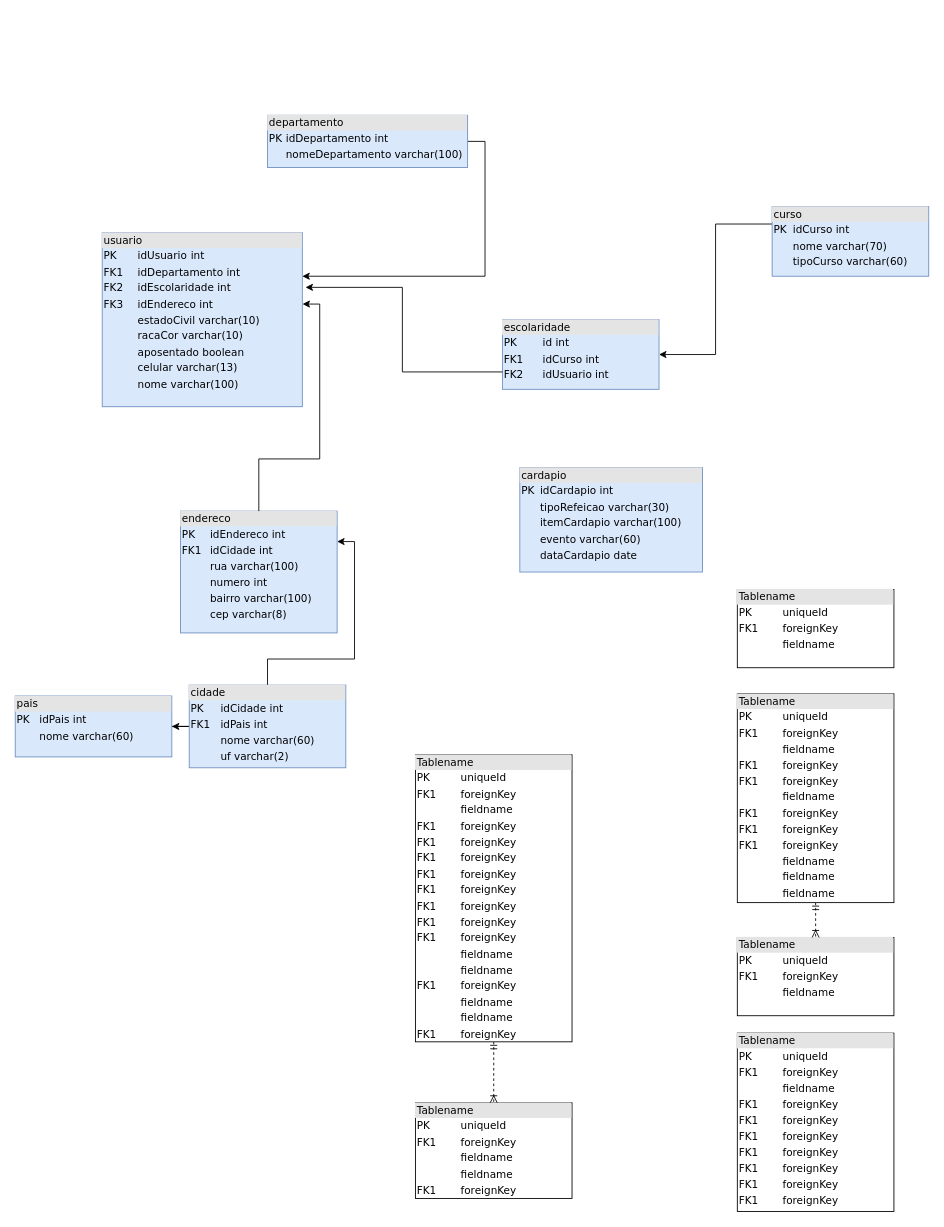
The draw.io diagram Diagrama sem nome.drawio in dominguesVini/HubGest, before the edit. Source tidied: cells renumbered, new cells numbered last; positions are measured from the earlier drawing's top-left corner, leaving out a move shared by most shapes. Both pictures are drawn from the tidied source at 87%, with x=0, y=0 at pixel (15, 115).
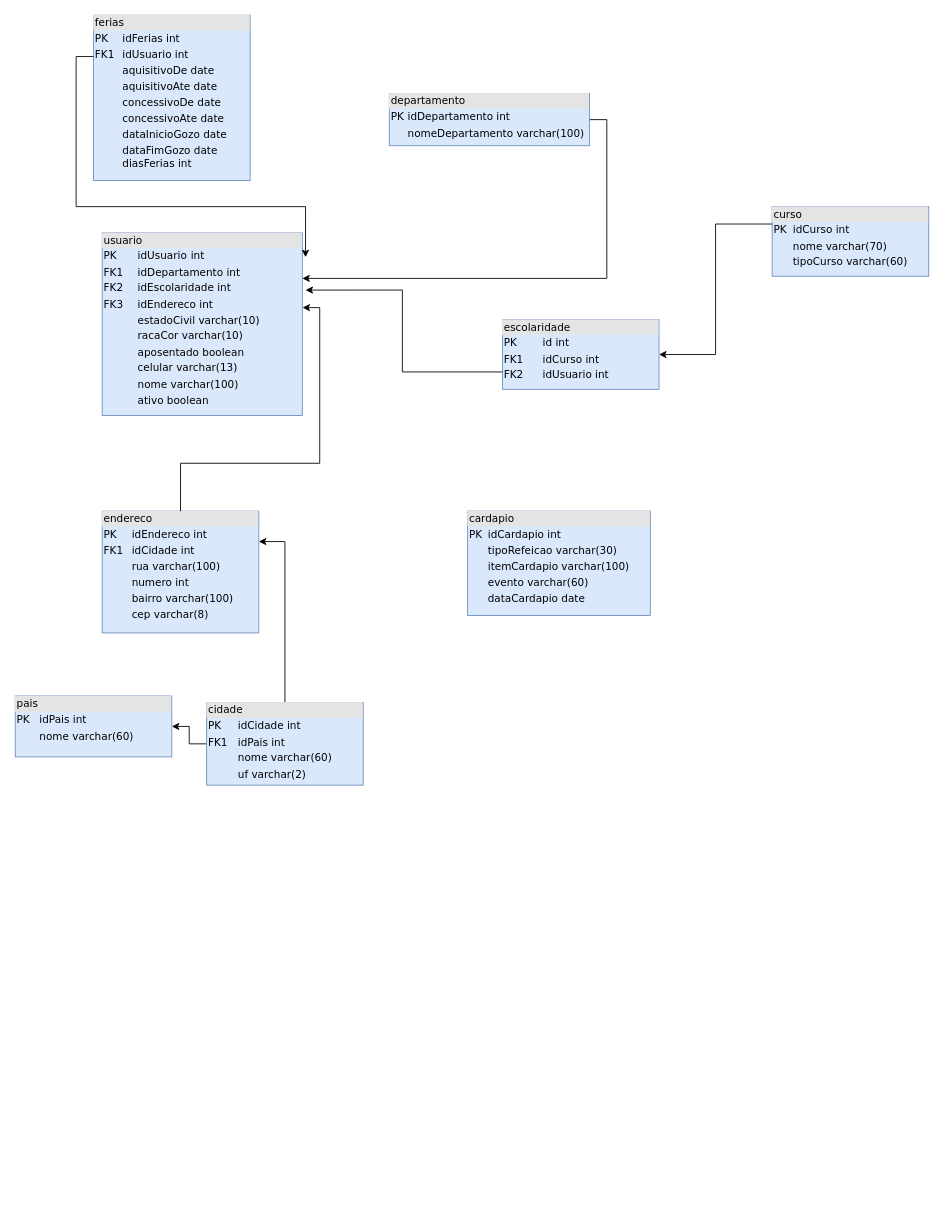
After the change.

Diff of the diagram source:
```diff
@@
-    <mxCell id="2" value="&lt;div style=&quot;box-sizing:border-box;width:100%;background:#e4e4e4;padding:2px;&quot;&gt;usuario&lt;/div&gt;&lt;table style=&quot;width:100%;font-size:1em;&quot; cellpadding=&quot;2&quot; cellspacing=&quot;0&quot;&gt;&lt;tbody&gt;&lt;tr&gt;&lt;td&gt;PK&lt;/td&gt;&lt;td&gt;&lt;br&gt;&lt;/td&gt;&lt;td&gt;idUsuario&lt;span style=&quot;white-space: pre;&quot;&gt;&#9;&lt;/span&gt;int&lt;/td&gt;&lt;td&gt;&lt;br&gt;&lt;/td&gt;&lt;/tr&gt;&lt;tr&gt;&lt;td&gt;FK1&lt;/td&gt;&lt;td&gt;&lt;br&gt;&lt;/td&gt;&lt;td&gt;idDepartamento int&lt;/td&gt;&lt;td&gt;&lt;br&gt;&lt;/td&gt;&lt;/tr&gt;&lt;tr&gt;&lt;td&gt;FK2&lt;/td&gt;&lt;td&gt;&lt;br&gt;&lt;/td&gt;&lt;td&gt;idEscolaridade int&lt;/td&gt;&lt;td&gt;&lt;br&gt;&lt;/td&gt;&lt;/tr&gt;&lt;tr&gt;&lt;td&gt;FK3&lt;/td&gt;&lt;td&gt;&lt;br&gt;&lt;/td&gt;&lt;td&gt;idEndereco int&lt;/td&gt;&lt;td&gt;&lt;br&gt;&lt;/td&gt;&lt;/tr&gt;&lt;tr&gt;&lt;td&gt;&amp;nbsp;&amp;nbsp;&lt;/td&gt;&lt;td&gt;&lt;br&gt;&lt;/td&gt;&lt;td&gt;estadoCivil varchar(10)&lt;/td&gt;&lt;td&gt;&lt;br&gt;&lt;/td&gt;&lt;/tr&gt;&lt;tr&gt;&lt;td&gt;&lt;br&gt;&lt;/td&gt;&lt;td&gt;&lt;br&gt;&lt;/td&gt;&lt;td&gt;racaCor varchar(10)&lt;/td&gt;&lt;td&gt;&lt;br&gt;&lt;/td&gt;&lt;/tr&gt;&lt;tr&gt;&lt;td&gt;&lt;br&gt;&lt;/td&gt;&lt;td&gt;&lt;br&gt;&lt;/td&gt;&lt;td&gt;aposentado boolean&lt;/td&gt;&lt;td&gt;&lt;br&gt;&lt;/td&gt;&lt;/tr&gt;&lt;tr&gt;&lt;td&gt;&lt;br&gt;&lt;/td&gt;&lt;td&gt;&lt;br&gt;&lt;/td&gt;&lt;td&gt;celular varchar(13)&lt;/td&gt;&lt;td&gt;&lt;br&gt;&lt;/td&gt;&lt;/tr&gt;&lt;tr&gt;&lt;td&gt;&lt;br&gt;&lt;/td&gt;&lt;td&gt;&lt;br&gt;&lt;/td&gt;&lt;td&gt;nome varchar(100)&lt;/td&gt;&lt;td&gt;&lt;br&gt;&lt;/td&gt;&lt;/tr&gt;&lt;/tbody&gt;&lt;/table&gt;" style="verticalAlign=top;align=left;overflow=fill;html=1;rounded=0;shadow=0;comic=0;labelBackgroundColor=none;strokeWidth=1;fontFamily=Verdana;fontSize=12;fillColor=#dae8fc;strokeColor=#6c8ebf;" parent="1" vertex="1">
-      <mxGeometry x="100" y="135" width="230" height="200" as="geometry" />
+    <mxCell id="2" value="&lt;div style=&quot;box-sizing:border-box;width:100%;background:#e4e4e4;padding:2px;&quot;&gt;usuario&lt;/div&gt;&lt;table style=&quot;width:100%;font-size:1em;&quot; cellpadding=&quot;2&quot; cellspacing=&quot;0&quot;&gt;&lt;tbody&gt;&lt;tr&gt;&lt;td&gt;PK&lt;/td&gt;&lt;td&gt;&lt;br&gt;&lt;/td&gt;&lt;td&gt;idUsuario&lt;span style=&quot;white-space: pre;&quot;&gt;&#9;&lt;/span&gt;int&lt;/td&gt;&lt;td&gt;&lt;br&gt;&lt;/td&gt;&lt;/tr&gt;&lt;tr&gt;&lt;td&gt;FK1&lt;/td&gt;&lt;td&gt;&lt;br&gt;&lt;/td&gt;&lt;td&gt;idDepartamento int&lt;/td&gt;&lt;td&gt;&lt;br&gt;&lt;/td&gt;&lt;/tr&gt;&lt;tr&gt;&lt;td&gt;FK2&lt;/td&gt;&lt;td&gt;&lt;br&gt;&lt;/td&gt;&lt;td&gt;idEscolaridade int&lt;/td&gt;&lt;td&gt;&lt;br&gt;&lt;/td&gt;&lt;/tr&gt;&lt;tr&gt;&lt;td&gt;FK3&lt;/td&gt;&lt;td&gt;&lt;br&gt;&lt;/td&gt;&lt;td&gt;idEndereco int&lt;/td&gt;&lt;td&gt;&lt;br&gt;&lt;/td&gt;&lt;/tr&gt;&lt;tr&gt;&lt;td&gt;&amp;nbsp;&amp;nbsp;&lt;/td&gt;&lt;td&gt;&lt;br&gt;&lt;/td&gt;&lt;td&gt;estadoCivil varchar(10)&lt;/td&gt;&lt;td&gt;&lt;br&gt;&lt;/td&gt;&lt;/tr&gt;&lt;tr&gt;&lt;td&gt;&lt;br&gt;&lt;/td&gt;&lt;td&gt;&lt;br&gt;&lt;/td&gt;&lt;td&gt;racaCor varchar(10)&lt;/td&gt;&lt;td&gt;&lt;br&gt;&lt;/td&gt;&lt;/tr&gt;&lt;tr&gt;&lt;td&gt;&lt;br&gt;&lt;/td&gt;&lt;td&gt;&lt;br&gt;&lt;/td&gt;&lt;td&gt;aposentado boolean&lt;/td&gt;&lt;td&gt;&lt;br&gt;&lt;/td&gt;&lt;/tr&gt;&lt;tr&gt;&lt;td&gt;&lt;br&gt;&lt;/td&gt;&lt;td&gt;&lt;br&gt;&lt;/td&gt;&lt;td&gt;celular varchar(13)&lt;/td&gt;&lt;td&gt;&lt;br&gt;&lt;/td&gt;&lt;/tr&gt;&lt;tr&gt;&lt;td&gt;&lt;br&gt;&lt;/td&gt;&lt;td&gt;&lt;br&gt;&lt;/td&gt;&lt;td&gt;nome varchar(100)&lt;/td&gt;&lt;td&gt;&lt;br&gt;&lt;/td&gt;&lt;/tr&gt;&lt;tr&gt;&lt;td&gt;&lt;br&gt;&lt;/td&gt;&lt;td&gt;&lt;br&gt;&lt;/td&gt;&lt;td&gt;ativo boolean&lt;/td&gt;&lt;td&gt;&lt;br&gt;&lt;/td&gt;&lt;/tr&gt;&lt;/tbody&gt;&lt;/table&gt;" style="verticalAlign=top;align=left;overflow=fill;html=1;rounded=0;shadow=0;comic=0;labelBackgroundColor=none;strokeWidth=1;fontFamily=Verdana;fontSize=12;fillColor=#dae8fc;strokeColor=#6c8ebf;" parent="1" vertex="1">
+      <mxGeometry x="100" y="135" width="230" height="210" as="geometry" />
     </mxCell>
@@
     <mxCell id="4" value="&lt;div style=&quot;box-sizing: border-box ; width: 100% ; background: #e4e4e4 ; padding: 2px&quot;&gt;endereco&lt;/div&gt;&lt;table style=&quot;width: 100% ; font-size: 1em&quot; cellpadding=&quot;2&quot; cellspacing=&quot;0&quot;&gt;&lt;tbody&gt;&lt;tr&gt;&lt;td&gt;PK&lt;/td&gt;&lt;td&gt;idEndereco int&lt;/td&gt;&lt;/tr&gt;&lt;tr&gt;&lt;td&gt;FK1&lt;/td&gt;&lt;td&gt;idCidade int&lt;/td&gt;&lt;/tr&gt;&lt;tr&gt;&lt;td&gt;&lt;br&gt;&lt;/td&gt;&lt;td&gt;rua varchar(100)&lt;/td&gt;&lt;/tr&gt;&lt;tr&gt;&lt;td&gt;&lt;/td&gt;&lt;td&gt;numero int&lt;/td&gt;&lt;/tr&gt;&lt;tr&gt;&lt;td&gt;&lt;br&gt;&lt;/td&gt;&lt;td&gt;bairro varchar(100)&lt;br&gt;&lt;/td&gt;&lt;/tr&gt;&lt;tr&gt;&lt;td&gt;&lt;br&gt;&lt;/td&gt;&lt;td&gt;cep varchar(8)&lt;/td&gt;&lt;/tr&gt;&lt;tr&gt;&lt;td&gt;&lt;br&gt;&lt;/td&gt;&lt;td&gt;&lt;br&gt;&lt;/td&gt;&lt;/tr&gt;&lt;/tbody&gt;&lt;/table&gt;" style="verticalAlign=top;align=left;overflow=fill;html=1;rounded=0;shadow=0;comic=0;labelBackgroundColor=none;strokeWidth=1;fontFamily=Verdana;fontSize=12;fillColor=#dae8fc;strokeColor=#6c8ebf;" parent="1" vertex="1">
-      <mxGeometry x="190" y="455" width="180" height="140" as="geometry" />
+      <mxGeometry x="100" y="455" width="180" height="140" as="geometry" />
     </mxCell>
@@
     <mxCell id="6" value="&lt;div style=&quot;box-sizing: border-box ; width: 100% ; background: #e4e4e4 ; padding: 2px&quot;&gt;departamento&lt;/div&gt;&lt;table style=&quot;width: 100% ; font-size: 1em&quot; cellpadding=&quot;2&quot; cellspacing=&quot;0&quot;&gt;&lt;tbody&gt;&lt;tr&gt;&lt;td&gt;PK&lt;/td&gt;&lt;td&gt;idDepartamento int&lt;/td&gt;&lt;/tr&gt;&lt;tr&gt;&lt;td&gt;&lt;br&gt;&lt;/td&gt;&lt;td&gt;nomeDepartamento varchar(100)&lt;br&gt;&lt;/td&gt;&lt;/tr&gt;&lt;/tbody&gt;&lt;/table&gt;" style="verticalAlign=top;align=left;overflow=fill;html=1;rounded=0;shadow=0;comic=0;labelBackgroundColor=none;strokeWidth=1;fontFamily=Verdana;fontSize=12;fillColor=#dae8fc;strokeColor=#6c8ebf;" parent="1" vertex="1">
-      <mxGeometry x="290" width="230" height="60" as="geometry" />
+      <mxGeometry x="430" y="-25" width="230" height="60" as="geometry" />
     </mxCell>
-    <mxCell id="7" value="&lt;div style=&quot;box-sizing: border-box ; width: 100% ; background: #e4e4e4 ; padding: 2px&quot;&gt;Tablename&lt;/div&gt;&lt;table style=&quot;width: 100% ; font-size: 1em&quot; cellpadding=&quot;2&quot; cellspacing=&quot;0&quot;&gt;&lt;tbody&gt;&lt;tr&gt;&lt;td&gt;PK&lt;/td&gt;&lt;td&gt;uniqueId&lt;/td&gt;&lt;/tr&gt;&lt;tr&gt;&lt;td&gt;FK1&lt;/td&gt;&lt;td&gt;foreignKey&lt;/td&gt;&lt;/tr&gt;&lt;tr&gt;&lt;td&gt;&lt;/td&gt;&lt;td&gt;fieldname&lt;/td&gt;&lt;/tr&gt;&lt;tr&gt;&lt;td&gt;FK1&lt;br&gt;&lt;/td&gt;&lt;td&gt;foreignKey&lt;br&gt;&lt;/td&gt;&lt;/tr&gt;&lt;tr&gt;&lt;td&gt;FK1&lt;br&gt;&lt;/td&gt;&lt;td&gt;foreignKey&lt;br&gt;&lt;/td&gt;&lt;/tr&gt;&lt;tr&gt;&lt;td&gt;FK1&lt;br&gt;&lt;/td&gt;&lt;td&gt;foreignKey&lt;br&gt;&lt;/td&gt;&lt;/tr&gt;&lt;tr&gt;&lt;td&gt;FK1&lt;br&gt;&lt;/td&gt;&lt;td&gt;foreignKey&lt;br&gt;&lt;/td&gt;&lt;/tr&gt;&lt;tr&gt;&lt;td&gt;FK1&lt;br&gt;&lt;/td&gt;&lt;td&gt;foreignKey&lt;br&gt;&lt;/td&gt;&lt;/tr&gt;&lt;tr&gt;&lt;td&gt;FK1&lt;br&gt;&lt;/td&gt;&lt;td&gt;foreignKey&lt;br&gt;&lt;/td&gt;&lt;/tr&gt;&lt;tr&gt;&lt;td&gt;FK1&lt;br&gt;&lt;/td&gt;&lt;td&gt;foreignKey&lt;br&gt;&lt;/td&gt;&lt;/tr&gt;&lt;/tbody&gt;&lt;/table&gt;" style="verticalAlign=top;align=left;overflow=fill;html=1;rounded=0;shadow=0;comic=0;labelBackgroundColor=none;strokeWidth=1;fontFamily=Verdana;fontSize=12;" parent="1" vertex="1">
-      <mxGeometry x="830" y="1055" width="180" height="205" as="geometry" />
-    </mxCell>
-    <mxCell id="8" value="&lt;div style=&quot;box-sizing: border-box ; width: 100% ; background: #e4e4e4 ; padding: 2px&quot;&gt;Tablename&lt;/div&gt;&lt;table style=&quot;width: 100% ; font-size: 1em&quot; cellpadding=&quot;2&quot; cellspacing=&quot;0&quot;&gt;&lt;tbody&gt;&lt;tr&gt;&lt;td&gt;PK&lt;/td&gt;&lt;td&gt;uniqueId&lt;/td&gt;&lt;/tr&gt;&lt;tr&gt;&lt;td&gt;FK1&lt;/td&gt;&lt;td&gt;foreignKey&lt;/td&gt;&lt;/tr&gt;&lt;tr&gt;&lt;td&gt;&lt;/td&gt;&lt;td&gt;fieldname&lt;/td&gt;&lt;/tr&gt;&lt;tr&gt;&lt;td&gt;&lt;br&gt;&lt;/td&gt;&lt;td&gt;fieldname&lt;br&gt;&lt;/td&gt;&lt;/tr&gt;&lt;tr&gt;&lt;td&gt;FK1&lt;br&gt;&lt;/td&gt;&lt;td&gt;foreignKey&lt;br&gt;&lt;/td&gt;&lt;/tr&gt;&lt;/tbody&gt;&lt;/table&gt;" style="verticalAlign=top;align=left;overflow=fill;html=1;rounded=0;shadow=0;comic=0;labelBackgroundColor=none;strokeWidth=1;fontFamily=Verdana;fontSize=12;" parent="1" vertex="1">
-      <mxGeometry x="460" y="1135" width="180" height="110" as="geometry" />
-    </mxCell>
-    <mxCell id="9" style="edgeStyle=orthogonalEdgeStyle;html=1;entryX=0.5;entryY=0;labelBackgroundColor=none;startArrow=ERmandOne;endArrow=ERoneToMany;fontFamily=Verdana;fontSize=12;align=left;dashed=1;" parent="1" edge="1" source="10" target="8">
-      <mxGeometry relative="1" as="geometry" />
-    </mxCell>
-    <mxCell id="10" value="&lt;div style=&quot;box-sizing: border-box ; width: 100% ; background: #e4e4e4 ; padding: 2px&quot;&gt;Tablename&lt;/div&gt;&lt;table style=&quot;width: 100% ; font-size: 1em&quot; cellpadding=&quot;2&quot; cellspacing=&quot;0&quot;&gt;&lt;tbody&gt;&lt;tr&gt;&lt;td&gt;PK&lt;/td&gt;&lt;td&gt;uniqueId&lt;/td&gt;&lt;/tr&gt;&lt;tr&gt;&lt;td&gt;FK1&lt;/td&gt;&lt;td&gt;foreignKey&lt;/td&gt;&lt;/tr&gt;&lt;tr&gt;&lt;td&gt;&lt;/td&gt;&lt;td&gt;fieldname&lt;/td&gt;&lt;/tr&gt;&lt;tr&gt;&lt;td&gt;FK1&lt;br&gt;&lt;/td&gt;&lt;td&gt;foreignKey&lt;br&gt;&lt;/td&gt;&lt;/tr&gt;&lt;tr&gt;&lt;td&gt;FK1&lt;br&gt;&lt;/td&gt;&lt;td&gt;foreignKey&lt;br&gt;&lt;/td&gt;&lt;/tr&gt;&lt;tr&gt;&lt;td&gt;FK1&lt;br&gt;&lt;/td&gt;&lt;td&gt;foreignKey&lt;br&gt;&lt;/td&gt;&lt;/tr&gt;&lt;tr&gt;&lt;td&gt;FK1&lt;br&gt;&lt;/td&gt;&lt;td&gt;foreignKey&lt;br&gt;&lt;/td&gt;&lt;/tr&gt;&lt;tr&gt;&lt;td&gt;FK1&lt;br&gt;&lt;/td&gt;&lt;td&gt;foreignKey&lt;br&gt;&lt;/td&gt;&lt;/tr&gt;&lt;tr&gt;&lt;td&gt;FK1&lt;br&gt;&lt;/td&gt;&lt;td&gt;foreignKey&lt;br&gt;&lt;/td&gt;&lt;/tr&gt;&lt;tr&gt;&lt;td&gt;FK1&lt;br&gt;&lt;/td&gt;&lt;td&gt;foreignKey&lt;br&gt;&lt;/td&gt;&lt;/tr&gt;&lt;tr&gt;&lt;td&gt;FK1&lt;br&gt;&lt;/td&gt;&lt;td&gt;foreignKey&lt;br&gt;&lt;/td&gt;&lt;/tr&gt;&lt;tr&gt;&lt;td&gt;&lt;br&gt;&lt;/td&gt;&lt;td&gt;fieldname&lt;br&gt;&lt;/td&gt;&lt;/tr&gt;&lt;tr&gt;&lt;td&gt;&lt;br&gt;&lt;/td&gt;&lt;td&gt;fieldname&lt;br&gt;&lt;/td&gt;&lt;/tr&gt;&lt;tr&gt;&lt;td&gt;FK1&lt;br&gt;&lt;/td&gt;&lt;td&gt;foreignKey&lt;br&gt;&lt;/td&gt;&lt;/tr&gt;&lt;tr&gt;&lt;td&gt;&lt;br&gt;&lt;/td&gt;&lt;td&gt;fieldname&lt;br&gt;&lt;/td&gt;&lt;/tr&gt;&lt;tr&gt;&lt;td&gt;&lt;br&gt;&lt;/td&gt;&lt;td&gt;fieldname&lt;br&gt;&lt;/td&gt;&lt;/tr&gt;&lt;tr&gt;&lt;td&gt;FK1&lt;br&gt;&lt;/td&gt;&lt;td&gt;foreignKey&lt;br&gt;&lt;/td&gt;&lt;/tr&gt;&lt;/tbody&gt;&lt;/table&gt;" style="verticalAlign=top;align=left;overflow=fill;html=1;rounded=0;shadow=0;comic=0;labelBackgroundColor=none;strokeWidth=1;fontFamily=Verdana;fontSize=12;" parent="1" vertex="1">
-      <mxGeometry x="460" y="735" width="180" height="330" as="geometry" />
+    <mxCell id="10" value="&lt;div style=&quot;box-sizing: border-box ; width: 100% ; background: #e4e4e4 ; padding: 2px&quot;&gt;ferias&lt;/div&gt;&lt;table style=&quot;width: 100% ; font-size: 1em&quot; cellpadding=&quot;2&quot; cellspacing=&quot;0&quot;&gt;&lt;tbody&gt;&lt;tr&gt;&lt;td&gt;PK&lt;/td&gt;&lt;td&gt;idFerias int&lt;/td&gt;&lt;/tr&gt;&lt;tr&gt;&lt;td&gt;FK1&lt;/td&gt;&lt;td&gt;idUsuario int&lt;/td&gt;&lt;/tr&gt;&lt;tr&gt;&lt;td&gt;&lt;/td&gt;&lt;td&gt;aquisitivoDe date&lt;/td&gt;&lt;/tr&gt;&lt;tr&gt;&lt;td&gt;&lt;br&gt;&lt;/td&gt;&lt;td&gt;aquisitivoAte date&lt;br&gt;&lt;/td&gt;&lt;/tr&gt;&lt;tr&gt;&lt;td&gt;&lt;br&gt;&lt;/td&gt;&lt;td&gt;concessivoDe date&lt;br&gt;&lt;/td&gt;&lt;/tr&gt;&lt;tr&gt;&lt;td&gt;&lt;br&gt;&lt;/td&gt;&lt;td&gt;concessivoAte date&lt;/td&gt;&lt;/tr&gt;&lt;tr&gt;&lt;td&gt;&lt;br&gt;&lt;/td&gt;&lt;td&gt;dataInicioGozo date&lt;/td&gt;&lt;/tr&gt;&lt;tr&gt;&lt;td&gt;&lt;br&gt;&lt;/td&gt;&lt;td&gt;dataFimGozo date&lt;br&gt;diasFerias int&lt;/td&gt;&lt;/tr&gt;&lt;/tbody&gt;&lt;/table&gt;" style="verticalAlign=top;align=left;overflow=fill;html=1;rounded=0;shadow=0;comic=0;labelBackgroundColor=none;strokeWidth=1;fontFamily=Verdana;fontSize=12;fillColor=#dae8fc;strokeColor=#6c8ebf;" parent="1" vertex="1">
+      <mxGeometry x="90" y="-115" width="180" height="190" as="geometry" />
     </mxCell>
-    <mxCell id="11" value="&lt;div style=&quot;box-sizing:border-box;width:100%;background:#e4e4e4;padding:2px;&quot;&gt;Tablename&lt;/div&gt;&lt;table style=&quot;width:100%;font-size:1em;&quot; cellpadding=&quot;2&quot; cellspacing=&quot;0&quot;&gt;&lt;tr&gt;&lt;td&gt;PK&lt;/td&gt;&lt;td&gt;uniqueId&lt;/td&gt;&lt;/tr&gt;&lt;tr&gt;&lt;td&gt;FK1&lt;/td&gt;&lt;td&gt;foreignKey&lt;/td&gt;&lt;/tr&gt;&lt;tr&gt;&lt;td&gt;&lt;/td&gt;&lt;td&gt;fieldname&lt;/td&gt;&lt;/tr&gt;&lt;/table&gt;" style="verticalAlign=top;align=left;overflow=fill;html=1;rounded=0;shadow=0;comic=0;labelBackgroundColor=none;strokeWidth=1;fontFamily=Verdana;fontSize=12;" parent="1" vertex="1">
-      <mxGeometry x="830" y="945" width="180" height="90" as="geometry" />
-    </mxCell>
-    <mxCell id="12" style="edgeStyle=orthogonalEdgeStyle;html=1;entryX=0.5;entryY=0;dashed=1;labelBackgroundColor=none;startArrow=ERmandOne;endArrow=ERoneToMany;fontFamily=Verdana;fontSize=12;align=left;" parent="1" edge="1" source="13" target="11">
-      <mxGeometry relative="1" as="geometry" />
-    </mxCell>
-    <mxCell id="13" value="&lt;div style=&quot;box-sizing: border-box ; width: 100% ; background: #e4e4e4 ; padding: 2px&quot;&gt;Tablename&lt;/div&gt;&lt;table style=&quot;width: 100% ; font-size: 1em&quot; cellpadding=&quot;2&quot; cellspacing=&quot;0&quot;&gt;&lt;tbody&gt;&lt;tr&gt;&lt;td&gt;PK&lt;/td&gt;&lt;td&gt;uniqueId&lt;/td&gt;&lt;/tr&gt;&lt;tr&gt;&lt;td&gt;FK1&lt;/td&gt;&lt;td&gt;foreignKey&lt;/td&gt;&lt;/tr&gt;&lt;tr&gt;&lt;td&gt;&lt;/td&gt;&lt;td&gt;fieldname&lt;/td&gt;&lt;/tr&gt;&lt;tr&gt;&lt;td&gt;FK1&lt;br&gt;&lt;/td&gt;&lt;td&gt;foreignKey&lt;br&gt;&lt;/td&gt;&lt;/tr&gt;&lt;tr&gt;&lt;td&gt;FK1&lt;br&gt;&lt;/td&gt;&lt;td&gt;foreignKey&lt;br&gt;&lt;/td&gt;&lt;/tr&gt;&lt;tr&gt;&lt;td&gt;&lt;br&gt;&lt;/td&gt;&lt;td&gt;fieldname&lt;br&gt;&lt;/td&gt;&lt;/tr&gt;&lt;tr&gt;&lt;td&gt;FK1&lt;br&gt;&lt;/td&gt;&lt;td&gt;foreignKey&lt;br&gt;&lt;/td&gt;&lt;/tr&gt;&lt;tr&gt;&lt;td&gt;FK1&lt;br&gt;&lt;/td&gt;&lt;td&gt;foreignKey&lt;br&gt;&lt;/td&gt;&lt;/tr&gt;&lt;tr&gt;&lt;td&gt;FK1&lt;br&gt;&lt;/td&gt;&lt;td&gt;foreignKey&lt;br&gt;&lt;/td&gt;&lt;/tr&gt;&lt;tr&gt;&lt;td&gt;&lt;br&gt;&lt;/td&gt;&lt;td&gt;fieldname&lt;br&gt;&lt;/td&gt;&lt;/tr&gt;&lt;tr&gt;&lt;td&gt;&lt;br&gt;&lt;/td&gt;&lt;td&gt;fieldname&lt;br&gt;&lt;/td&gt;&lt;/tr&gt;&lt;tr&gt;&lt;td&gt;&lt;br&gt;&lt;/td&gt;&lt;td&gt;fieldname&lt;br&gt;&lt;/td&gt;&lt;/tr&gt;&lt;/tbody&gt;&lt;/table&gt;" style="verticalAlign=top;align=left;overflow=fill;html=1;rounded=0;shadow=0;comic=0;labelBackgroundColor=none;strokeWidth=1;fontFamily=Verdana;fontSize=12;" parent="1" vertex="1">
-      <mxGeometry x="830" y="665" width="180" height="240" as="geometry" />
-    </mxCell>
-    <mxCell id="14" value="&lt;div style=&quot;box-sizing:border-box;width:100%;background:#e4e4e4;padding:2px;&quot;&gt;Tablename&lt;/div&gt;&lt;table style=&quot;width:100%;font-size:1em;&quot; cellpadding=&quot;2&quot; cellspacing=&quot;0&quot;&gt;&lt;tr&gt;&lt;td&gt;PK&lt;/td&gt;&lt;td&gt;uniqueId&lt;/td&gt;&lt;/tr&gt;&lt;tr&gt;&lt;td&gt;FK1&lt;/td&gt;&lt;td&gt;foreignKey&lt;/td&gt;&lt;/tr&gt;&lt;tr&gt;&lt;td&gt;&lt;/td&gt;&lt;td&gt;fieldname&lt;/td&gt;&lt;/tr&gt;&lt;/table&gt;" style="verticalAlign=top;align=left;overflow=fill;html=1;rounded=0;shadow=0;comic=0;labelBackgroundColor=none;strokeWidth=1;fontFamily=Verdana;fontSize=12;" parent="1" vertex="1">
-      <mxGeometry x="830" y="545" width="180" height="90" as="geometry" />
-    </mxCell>
@@
     <mxCell id="17" value="&lt;div style=&quot;box-sizing: border-box ; width: 100% ; background: #e4e4e4 ; padding: 2px&quot;&gt;cidade&lt;/div&gt;&lt;table style=&quot;width: 100% ; font-size: 1em&quot; cellpadding=&quot;2&quot; cellspacing=&quot;0&quot;&gt;&lt;tbody&gt;&lt;tr&gt;&lt;td&gt;PK&lt;/td&gt;&lt;td&gt;idCidade int&lt;/td&gt;&lt;/tr&gt;&lt;tr&gt;&lt;td&gt;FK1&lt;/td&gt;&lt;td&gt;idPais int&lt;/td&gt;&lt;/tr&gt;&lt;tr&gt;&lt;td&gt;&lt;/td&gt;&lt;td&gt;nome varchar(60)&lt;/td&gt;&lt;/tr&gt;&lt;tr&gt;&lt;td&gt;&lt;br&gt;&lt;/td&gt;&lt;td&gt;uf varchar(2)&lt;/td&gt;&lt;/tr&gt;&lt;/tbody&gt;&lt;/table&gt;" style="verticalAlign=top;align=left;overflow=fill;html=1;rounded=0;shadow=0;comic=0;labelBackgroundColor=none;strokeWidth=1;fontFamily=Verdana;fontSize=12;fillColor=#dae8fc;strokeColor=#6c8ebf;" parent="1" vertex="1">
-      <mxGeometry x="200" y="655" width="180" height="95" as="geometry" />
+      <mxGeometry x="220" y="675" width="180" height="95" as="geometry" />
     </mxCell>
@@
     <mxCell id="23" value="&lt;div style=&quot;box-sizing:border-box;width:100%;background:#e4e4e4;padding:2px;&quot;&gt;cardapio&lt;/div&gt;&lt;table style=&quot;width:100%;font-size:1em;&quot; cellpadding=&quot;2&quot; cellspacing=&quot;0&quot;&gt;&lt;tbody&gt;&lt;tr&gt;&lt;td&gt;PK&lt;/td&gt;&lt;td&gt;idCardapio int&lt;/td&gt;&lt;/tr&gt;&lt;tr&gt;&lt;td&gt;&lt;br&gt;&lt;/td&gt;&lt;td&gt;tipoRefeicao varchar(30)&lt;/td&gt;&lt;/tr&gt;&lt;tr&gt;&lt;td&gt;&lt;/td&gt;&lt;td&gt;itemCardapio varchar(100)&lt;/td&gt;&lt;/tr&gt;&lt;tr&gt;&lt;td&gt;&lt;br&gt;&lt;/td&gt;&lt;td&gt;evento varchar(60)&lt;/td&gt;&lt;/tr&gt;&lt;tr&gt;&lt;td&gt;&lt;br&gt;&lt;/td&gt;&lt;td&gt;dataCardapio date&lt;/td&gt;&lt;/tr&gt;&lt;/tbody&gt;&lt;/table&gt;" style="verticalAlign=top;align=left;overflow=fill;html=1;rounded=0;shadow=0;comic=0;labelBackgroundColor=none;strokeWidth=1;fontFamily=Verdana;fontSize=12;fillColor=#dae8fc;strokeColor=#6c8ebf;" parent="1" vertex="1">
-      <mxGeometry x="580" y="405" width="210" height="120" as="geometry" />
+      <mxGeometry x="520" y="455" width="210" height="120" as="geometry" />
     </mxCell>
+    <mxCell id="24" style="edgeStyle=orthogonalEdgeStyle;rounded=0;orthogonalLoop=1;jettySize=auto;html=1;exitX=0.5;exitY=1;exitDx=0;exitDy=0;" parent="1" edge="1" source="10" target="10">
+      <mxGeometry relative="1" as="geometry" />
+    </mxCell>
+    <mxCell id="25" style="edgeStyle=orthogonalEdgeStyle;rounded=0;jettySize=auto;html=1;exitX=0;exitY=0.25;exitDx=0;exitDy=0;entryX=1.016;entryY=0.134;entryDx=0;entryDy=0;entryPerimeter=0;" parent="1" edge="1" source="10" target="2">
+      <mxGeometry relative="1" as="geometry" />
+    </mxCell>
```
